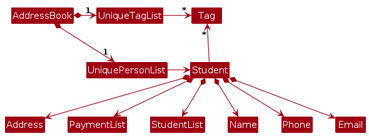
Before: diagrams/BetterModelClassDiagram.png, a diagram exported from PlantUML (AY2526S1-CS2103T-W08-2/tp). Its source is kept beside it as diagrams/BetterModelClassDiagram.puml.
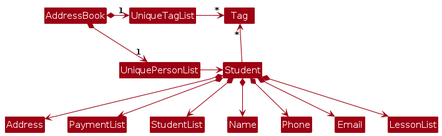
The same file after the commit.

The edit, as a diff of the source:
```diff
@@ -22,6 +22,7 @@
 Student *--> Name
 Student *--> Phone
 Student *--> Email
+Student *--> LessonList
 
 
 
```
